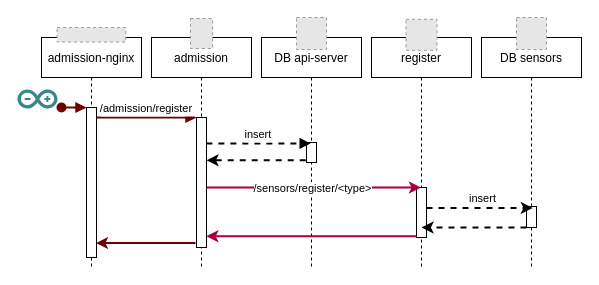
This is diagrams/3-register-sensors.drawio from home-anthill/docs, a draw.io file, before an edit. Source tidied: cells renumbered, new cells numbered last; positions are measured from the earlier drawing's top-left corner, leaving out a move shared by most shapes. Both pictures are drawn from the tidied source at 100%, with x=0, y=0 at pixel (17, 17). Pictures stored in the file or linked from it are replaced by grey dashed boxes.
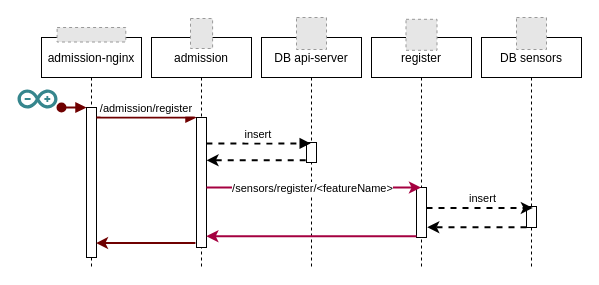
After the change.

The change refers to these unchanged cells:
```xml
<mxCell id="12" style="points=[];perimeter=orthogonalPerimeter;rounded=0;shadow=0;strokeWidth=1;" parent="11" vertex="1">
  <mxGeometry x="45" y="150" width="10" height="50" as="geometry" />
</mxCell>
<mxCell id="15" style="points=[];perimeter=orthogonalPerimeter;rounded=0;shadow=0;strokeWidth=1;" parent="14" vertex="1">
  <mxGeometry x="45" y="169" width="10" height="21" as="geometry" />
</mxCell>
<mxCell id="21" style="edgeStyle=orthogonalEdgeStyle;rounded=0;jettySize=auto;html=1;fillColor=#d80073;strokeColor=#A50040;strokeWidth=2;" parent="1" edge="1" source="7" target="11">
  <mxGeometry relative="1" as="geometry">
    <Array as="points">
      <mxPoint x="224" y="170" />
      <mxPoint x="224" y="170" />
    </Array>
  </mxGeometry>
</mxCell>
```

Change to the diagram source:
```diff
@@
-    <mxCell id="22" value="/sensors/register/&amp;lt;type&amp;gt;" style="edgeLabel;html=1;align=center;verticalAlign=middle;" parent="21" vertex="1">
+    <mxCell id="22" value="/sensors/register/&amp;lt;featureName&amp;gt;" style="edgeLabel;html=1;align=center;verticalAlign=middle;" parent="21" vertex="1">
       <mxGeometry x="-0.12" y="1" relative="1" as="geometry">
         <mxPoint x="11" y="1" as="offset" />
       </mxGeometry>
     </mxCell>
@@
-    <mxCell id="25" style="edgeStyle=orthogonalEdgeStyle;rounded=0;jettySize=auto;html=1;strokeWidth=2;dashed=1;" parent="1" edge="1" source="15">
+    <mxCell id="25" style="edgeStyle=orthogonalEdgeStyle;rounded=0;jettySize=auto;html=1;strokeWidth=2;dashed=1;entryX=1.076;entryY=0.793;entryDx=0;entryDy=0;entryPerimeter=0;" parent="1" edge="1" source="15" target="12">
       <mxGeometry relative="1" as="geometry">
-        <mxPoint x="404" y="210" as="targetPoint" />
         <Array as="points">
-          <mxPoint x="464" y="210" />
           <mxPoint x="464" y="210" />
         </Array>
       </mxGeometry>
     </mxCell>
```
